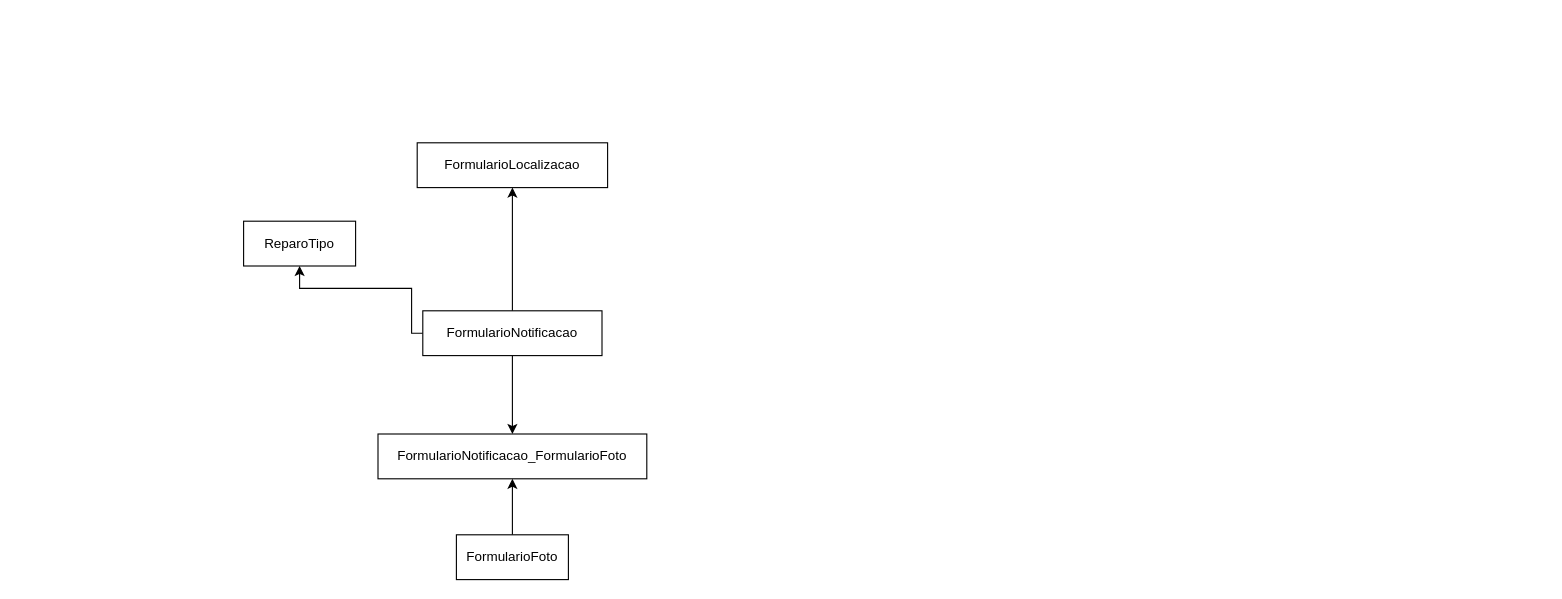
Before: diagramas/modelo_conceitual.drawio in PuraFome/AEP-Segundo-Semestre-2022, a draw.io diagram. Source tidied: cells renumbered, new cells numbered last; positions are measured from the earlier drawing's top-left corner, leaving out a move shared by most shapes. Both pictures are drawn from the tidied source at 112%, with x=0, y=0 at pixel (243, 142).
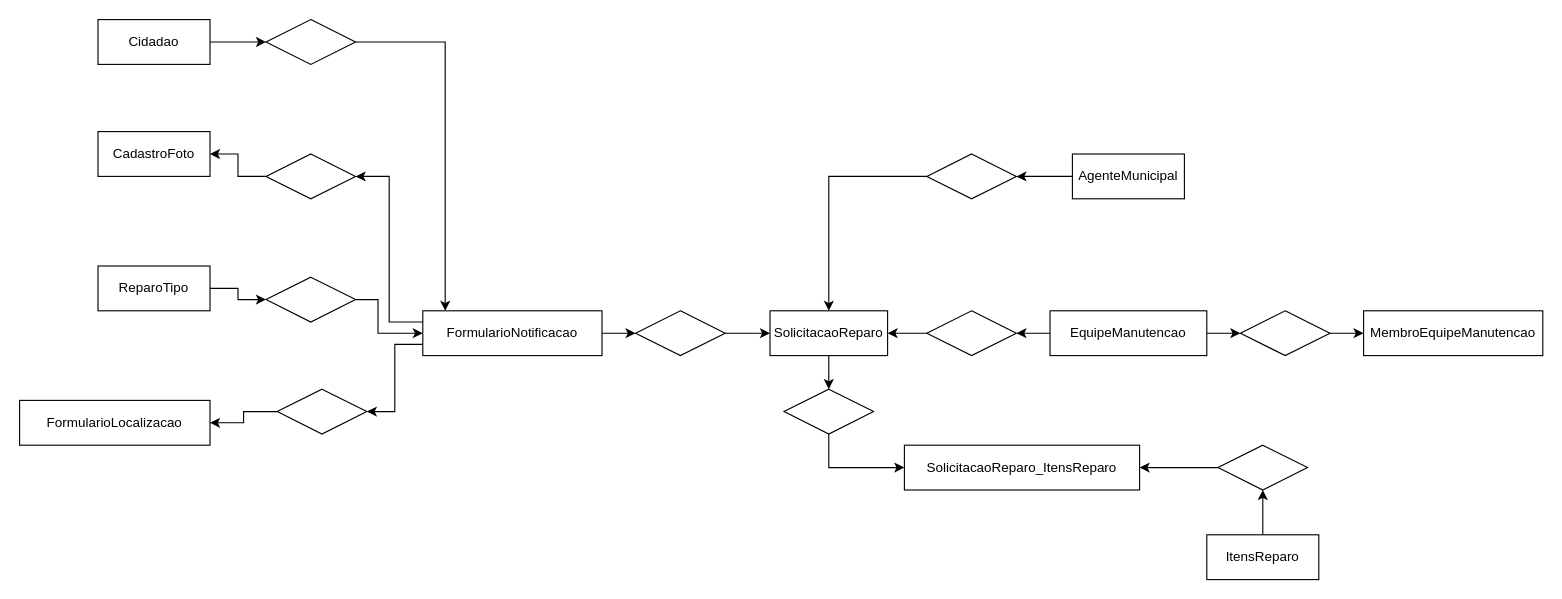
The same diagram, later.

The change refers to these unchanged cells:
```xml
<mxCell id="5" value="FormularioNotificacao" style="whiteSpace=wrap;html=1;align=center;" parent="1" vertex="1">
  <mxGeometry x="160" y="150" width="160" height="40" as="geometry" />
</mxCell>
```

What changed in the source:
```diff
@@
-    <mxCell id="2" style="edgeStyle=orthogonalEdgeStyle;rounded=0;jettySize=auto;html=1;" parent="1" edge="1" source="5" target="7">
-      <mxGeometry relative="1" as="geometry" />
-    </mxCell>
-    <mxCell id="3" style="edgeStyle=orthogonalEdgeStyle;rounded=0;jettySize=auto;html=1;" parent="1" edge="1" source="5" target="6">
-      <mxGeometry relative="1" as="geometry" />
-    </mxCell>
-    <mxCell id="4" style="edgeStyle=orthogonalEdgeStyle;rounded=0;jettySize=auto;html=1;" parent="1" edge="1" source="5" target="10">
-      <mxGeometry relative="1" as="geometry">
-        <Array as="points">
-          <mxPoint x="150" y="170" />
-          <mxPoint x="150" y="130" />
-          <mxPoint x="50" y="130" />
-        </Array>
-      </mxGeometry>
-    </mxCell>
+    <mxCell id="11" style="edgeStyle=orthogonalEdgeStyle;rounded=0;jettySize=auto;html=1;entryX=1;entryY=0.5;entryDx=0;entryDy=0;" parent="1" edge="1" source="5" target="31">
+      <mxGeometry relative="1" as="geometry">
+        <Array as="points">
+          <mxPoint x="135" y="180" />
+          <mxPoint x="135" y="240" />
+        </Array>
+      </mxGeometry>
+    </mxCell>
+    <mxCell id="12" style="edgeStyle=orthogonalEdgeStyle;rounded=0;jettySize=auto;html=1;entryX=1;entryY=0.5;entryDx=0;entryDy=0;" parent="1" edge="1" source="5" target="27">
+      <mxGeometry relative="1" as="geometry">
+        <Array as="points">
+          <mxPoint x="130" y="160" />
+          <mxPoint x="130" y="30" />
+        </Array>
+      </mxGeometry>
+    </mxCell>
+    <mxCell id="13" style="edgeStyle=orthogonalEdgeStyle;rounded=0;jettySize=auto;html=1;entryX=0;entryY=0.5;entryDx=0;entryDy=0;" parent="1" edge="1" source="5" target="33">
+      <mxGeometry relative="1" as="geometry" />
+    </mxCell>
@@
     <mxCell id="6" value="FormularioLocalizacao" style="whiteSpace=wrap;html=1;align=center;" parent="1" vertex="1">
-      <mxGeometry x="155" width="170" height="40" as="geometry" />
+      <mxGeometry x="-200" y="230" width="170" height="40" as="geometry" />
     </mxCell>
-    <mxCell id="7" value="FormularioNotificacao_FormularioFoto" style="whiteSpace=wrap;html=1;align=center;" parent="1" vertex="1">
-      <mxGeometry x="120" y="260" width="240" height="40" as="geometry" />
-    </mxCell>
-    <mxCell id="8" style="edgeStyle=orthogonalEdgeStyle;rounded=0;jettySize=auto;html=1;" parent="1" edge="1" source="9" target="7">
-      <mxGeometry relative="1" as="geometry" />
-    </mxCell>
-    <mxCell id="9" value="FormularioFoto" style="whiteSpace=wrap;html=1;align=center;" parent="1" vertex="1">
-      <mxGeometry x="190" y="350" width="100" height="40" as="geometry" />
-    </mxCell>
+    <mxCell id="14" style="edgeStyle=orthogonalEdgeStyle;rounded=0;jettySize=auto;html=1;entryX=0;entryY=0.5;entryDx=0;entryDy=0;" parent="1" edge="1" source="10" target="29">
+      <mxGeometry relative="1" as="geometry" />
+    </mxCell>
     <mxCell id="10" value="ReparoTipo" style="whiteSpace=wrap;html=1;align=center;" parent="1" vertex="1">
-      <mxGeometry y="70" width="100" height="40" as="geometry" />
+      <mxGeometry x="-130" y="110" width="100" height="40" as="geometry" />
     </mxCell>
+    <mxCell id="15" value="CadastroFoto" style="whiteSpace=wrap;html=1;align=center;" parent="1" vertex="1">
+      <mxGeometry x="-130" y="-10" width="100" height="40" as="geometry" />
+    </mxCell>
+    <mxCell id="16" style="edgeStyle=orthogonalEdgeStyle;rounded=0;jettySize=auto;html=1;entryX=0.5;entryY=0;entryDx=0;entryDy=0;" parent="1" edge="1" source="17" target="38">
+      <mxGeometry relative="1" as="geometry" />
+    </mxCell>
+    <mxCell id="17" value="SolicitacaoReparo" style="whiteSpace=wrap;html=1;align=center;" parent="1" vertex="1">
+      <mxGeometry x="470" y="150" width="105" height="40" as="geometry" />
+    </mxCell>
+    <mxCell id="18" style="edgeStyle=orthogonalEdgeStyle;rounded=0;jettySize=auto;html=1;startArrow=none;" parent="1" edge="1" source="36" target="22">
+      <mxGeometry relative="1" as="geometry" />
+    </mxCell>
+    <mxCell id="19" style="edgeStyle=orthogonalEdgeStyle;rounded=0;jettySize=auto;html=1;entryX=1;entryY=0.5;entryDx=0;entryDy=0;" parent="1" edge="1" source="21" target="35">
+      <mxGeometry relative="1" as="geometry" />
+    </mxCell>
+    <mxCell id="20" style="edgeStyle=orthogonalEdgeStyle;rounded=0;jettySize=auto;html=1;" parent="1" edge="1" source="21" target="36">
+      <mxGeometry relative="1" as="geometry" />
+    </mxCell>
+    <mxCell id="21" value="EquipeManutencao" style="whiteSpace=wrap;html=1;align=center;" parent="1" vertex="1">
+      <mxGeometry x="720" y="150" width="140" height="40" as="geometry" />
+    </mxCell>
+    <mxCell id="22" value="MembroEquipeManutencao" style="whiteSpace=wrap;html=1;align=center;" parent="1" vertex="1">
+      <mxGeometry x="1000" y="150" width="160" height="40" as="geometry" />
+    </mxCell>
+    <mxCell id="23" value="SolicitacaoReparo_ItensReparo" style="whiteSpace=wrap;html=1;align=center;" parent="1" vertex="1">
+      <mxGeometry x="590" y="270" width="210" height="40" as="geometry" />
+    </mxCell>
+    <mxCell id="24" style="edgeStyle=orthogonalEdgeStyle;rounded=0;jettySize=auto;html=1;entryX=0.5;entryY=1;entryDx=0;entryDy=0;" parent="1" edge="1" source="25" target="40">
+      <mxGeometry relative="1" as="geometry" />
+    </mxCell>
+    <mxCell id="25" value="ItensReparo" style="whiteSpace=wrap;html=1;align=center;" parent="1" vertex="1">
+      <mxGeometry x="860" y="350" width="100" height="40" as="geometry" />
+    </mxCell>
+    <mxCell id="26" style="edgeStyle=orthogonalEdgeStyle;rounded=0;jettySize=auto;html=1;" parent="1" edge="1" source="27" target="15">
+      <mxGeometry relative="1" as="geometry" />
+    </mxCell>
+    <mxCell id="27" style="shape=rhombus;perimeter=rhombusPerimeter;whiteSpace=wrap;html=1;align=center;" parent="1" vertex="1">
+      <mxGeometry x="20" y="10" width="80" height="40" as="geometry" />
+    </mxCell>
+    <mxCell id="28" style="edgeStyle=orthogonalEdgeStyle;rounded=0;jettySize=auto;html=1;" parent="1" edge="1" source="29" target="5">
+      <mxGeometry relative="1" as="geometry">
+        <Array as="points">
+          <mxPoint x="120" y="140" />
+          <mxPoint x="120" y="170" />
+        </Array>
+      </mxGeometry>
+    </mxCell>
+    <mxCell id="29" style="shape=rhombus;perimeter=rhombusPerimeter;whiteSpace=wrap;html=1;align=center;" parent="1" vertex="1">
+      <mxGeometry x="20" y="120" width="80" height="40" as="geometry" />
+    </mxCell>
+    <mxCell id="30" style="edgeStyle=orthogonalEdgeStyle;rounded=0;jettySize=auto;html=1;" parent="1" edge="1" source="31" target="6">
+      <mxGeometry relative="1" as="geometry" />
+    </mxCell>
+    <mxCell id="31" style="shape=rhombus;perimeter=rhombusPerimeter;whiteSpace=wrap;html=1;align=center;" parent="1" vertex="1">
+      <mxGeometry x="30" y="220" width="80" height="40" as="geometry" />
+    </mxCell>
+    <mxCell id="32" style="edgeStyle=orthogonalEdgeStyle;rounded=0;jettySize=auto;html=1;" parent="1" edge="1" source="33" target="17">
+      <mxGeometry relative="1" as="geometry" />
+    </mxCell>
+    <mxCell id="33" style="shape=rhombus;perimeter=rhombusPerimeter;whiteSpace=wrap;html=1;align=center;" parent="1" vertex="1">
+      <mxGeometry x="350" y="150" width="80" height="40" as="geometry" />
+    </mxCell>
+    <mxCell id="34" style="edgeStyle=orthogonalEdgeStyle;rounded=0;jettySize=auto;html=1;" parent="1" edge="1" source="35" target="17">
+      <mxGeometry relative="1" as="geometry" />
+    </mxCell>
+    <mxCell id="35" style="shape=rhombus;perimeter=rhombusPerimeter;whiteSpace=wrap;html=1;align=center;" parent="1" vertex="1">
+      <mxGeometry x="610" y="150" width="80" height="40" as="geometry" />
+    </mxCell>
+    <mxCell id="36" style="shape=rhombus;perimeter=rhombusPerimeter;whiteSpace=wrap;html=1;align=center;" parent="1" vertex="1">
+      <mxGeometry x="890" y="150" width="80" height="40" as="geometry" />
+    </mxCell>
+    <mxCell id="37" style="edgeStyle=orthogonalEdgeStyle;rounded=0;jettySize=auto;html=1;entryX=0;entryY=0.5;entryDx=0;entryDy=0;" parent="1" edge="1" source="38" target="23">
+      <mxGeometry relative="1" as="geometry">
+        <Array as="points">
+          <mxPoint x="523" y="290" />
+        </Array>
+      </mxGeometry>
+    </mxCell>
+    <mxCell id="38" style="shape=rhombus;perimeter=rhombusPerimeter;whiteSpace=wrap;html=1;align=center;" parent="1" vertex="1">
+      <mxGeometry x="482.5" y="220" width="80" height="40" as="geometry" />
+    </mxCell>
+    <mxCell id="39" style="edgeStyle=orthogonalEdgeStyle;rounded=0;jettySize=auto;html=1;" parent="1" edge="1" source="40" target="23">
+      <mxGeometry relative="1" as="geometry" />
+    </mxCell>
+    <mxCell id="40" style="shape=rhombus;perimeter=rhombusPerimeter;whiteSpace=wrap;html=1;align=center;" parent="1" vertex="1">
+      <mxGeometry x="870" y="270" width="80" height="40" as="geometry" />
+    </mxCell>
+    <mxCell id="41" style="edgeStyle=orthogonalEdgeStyle;rounded=0;jettySize=auto;html=1;" parent="1" edge="1" source="42" target="44">
+      <mxGeometry relative="1" as="geometry" />
+    </mxCell>
+    <mxCell id="42" value="Cidadao" style="whiteSpace=wrap;html=1;align=center;" parent="1" vertex="1">
+      <mxGeometry x="-130" y="-110" width="100" height="40" as="geometry" />
+    </mxCell>
+    <mxCell id="43" style="edgeStyle=orthogonalEdgeStyle;rounded=0;jettySize=auto;html=1;" parent="1" edge="1" source="44" target="5">
+      <mxGeometry relative="1" as="geometry">
+        <Array as="points">
+          <mxPoint x="180" y="-90" />
+        </Array>
+      </mxGeometry>
+    </mxCell>
+    <mxCell id="44" style="shape=rhombus;perimeter=rhombusPerimeter;whiteSpace=wrap;html=1;align=center;" parent="1" vertex="1">
+      <mxGeometry x="20" y="-110" width="80" height="40" as="geometry" />
+    </mxCell>
+    <mxCell id="45" style="edgeStyle=orthogonalEdgeStyle;rounded=0;jettySize=auto;html=1;entryX=1;entryY=0.5;entryDx=0;entryDy=0;" parent="1" edge="1" source="46" target="48">
+      <mxGeometry relative="1" as="geometry" />
+    </mxCell>
+    <mxCell id="46" value="AgenteMunicipal" style="whiteSpace=wrap;html=1;align=center;" parent="1" vertex="1">
+      <mxGeometry x="740" y="10" width="100" height="40" as="geometry" />
+    </mxCell>
+    <mxCell id="47" style="edgeStyle=orthogonalEdgeStyle;rounded=0;jettySize=auto;html=1;" parent="1" edge="1" source="48" target="17">
+      <mxGeometry relative="1" as="geometry" />
+    </mxCell>
+    <mxCell id="48" style="shape=rhombus;perimeter=rhombusPerimeter;whiteSpace=wrap;html=1;align=center;" parent="1" vertex="1">
+      <mxGeometry x="610" y="10" width="80" height="40" as="geometry" />
+    </mxCell>
```
